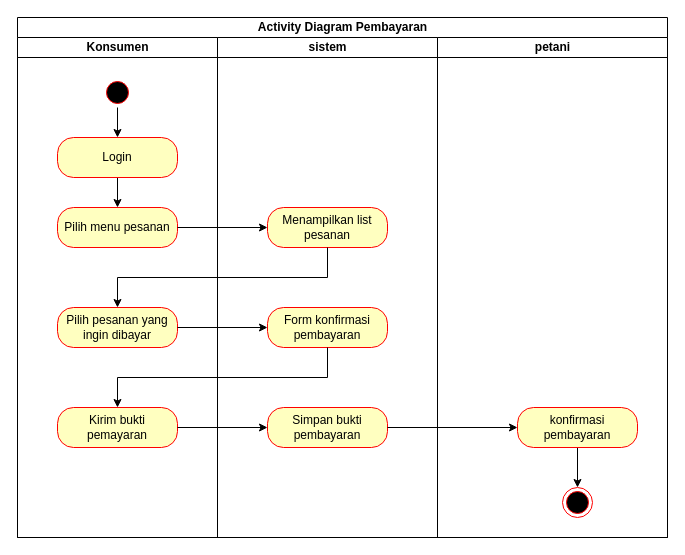
Before: Activitydiagram pembayaran.drawio in zzarr/Project3-design-diagram, a draw.io diagram. Source tidied: cells renumbered, new cells numbered last; positions are measured from the earlier drawing's top-left corner, leaving out a move shared by most shapes. Both pictures are drawn from the tidied source at 100%, with x=0, y=0 at pixel (17, 17).
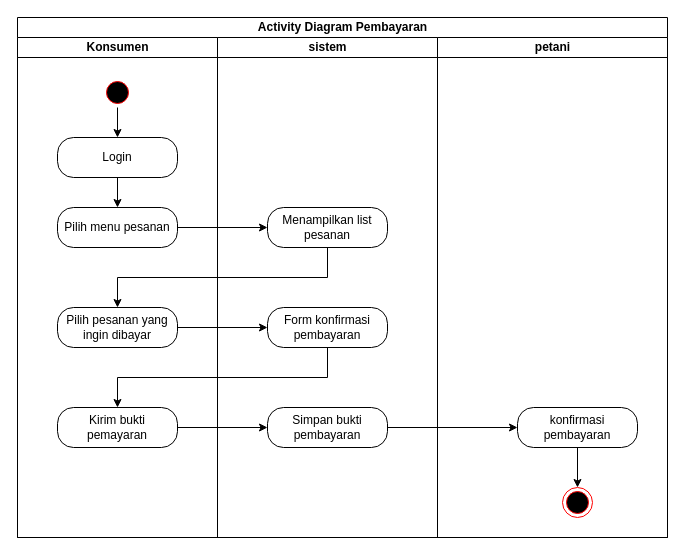
After the change.

Unchanged cells that the change refers to:
```xml
<mxCell id="3" value="Konsumen" style="swimlane;startSize=20;html=1;" parent="2" vertex="1">
  <mxGeometry y="20" width="200" height="500" as="geometry" />
</mxCell>
<mxCell id="11" value="sistem" style="swimlane;startSize=20;html=1;" parent="2" vertex="1">
  <mxGeometry x="200" y="20" width="220" height="500" as="geometry" />
</mxCell>
<mxCell id="15" value="petani" style="swimlane;startSize=20;html=1;" parent="2" vertex="1">
  <mxGeometry x="420" y="20" width="230" height="500" as="geometry" />
</mxCell>
```

Diff of the diagram source:
```diff
@@
-    <mxCell id="7" value="Login" style="rounded=1;whiteSpace=wrap;html=1;arcSize=40;fontColor=#000000;fillColor=#ffffc0;strokeColor=#ff0000;" parent="3" vertex="1">
+    <mxCell id="7" value="Login" style="rounded=1;whiteSpace=wrap;html=1;arcSize=40;" parent="3" vertex="1">
       <mxGeometry x="40" y="100" width="120" height="40" as="geometry" />
     </mxCell>
-    <mxCell id="8" value="Pilih menu pesanan" style="rounded=1;whiteSpace=wrap;html=1;arcSize=40;fontColor=#000000;fillColor=#ffffc0;strokeColor=#ff0000;" parent="3" vertex="1">
+    <mxCell id="8" value="Pilih menu pesanan" style="rounded=1;whiteSpace=wrap;html=1;arcSize=40;" parent="3" vertex="1">
       <mxGeometry x="40" y="170" width="120" height="40" as="geometry" />
     </mxCell>
-    <mxCell id="9" value="Pilih pesanan yang ingin dibayar" style="rounded=1;whiteSpace=wrap;html=1;arcSize=40;fontColor=#000000;fillColor=#ffffc0;strokeColor=#ff0000;" parent="3" vertex="1">
+    <mxCell id="9" value="Pilih pesanan yang ingin dibayar" style="rounded=1;whiteSpace=wrap;html=1;arcSize=40;" parent="3" vertex="1">
       <mxGeometry x="40" y="270" width="120" height="40" as="geometry" />
     </mxCell>
-    <mxCell id="10" value="Kirim bukti pemayaran" style="rounded=1;whiteSpace=wrap;html=1;arcSize=40;fontColor=#000000;fillColor=#ffffc0;strokeColor=#ff0000;" parent="3" vertex="1">
+    <mxCell id="10" value="Kirim bukti pemayaran" style="rounded=1;whiteSpace=wrap;html=1;arcSize=40;" parent="3" vertex="1">
       <mxGeometry x="40" y="370" width="120" height="40" as="geometry" />
     </mxCell>
@@
-    <mxCell id="12" value="Menampilkan list pesanan" style="rounded=1;whiteSpace=wrap;html=1;arcSize=40;fontColor=#000000;fillColor=#ffffc0;strokeColor=#ff0000;" parent="11" vertex="1">
+    <mxCell id="12" value="Menampilkan list pesanan" style="rounded=1;whiteSpace=wrap;html=1;arcSize=40;" parent="11" vertex="1">
       <mxGeometry x="50" y="170" width="120" height="40" as="geometry" />
     </mxCell>
-    <mxCell id="13" value="Form konfirmasi pembayaran" style="rounded=1;whiteSpace=wrap;html=1;arcSize=40;fontColor=#000000;fillColor=#ffffc0;strokeColor=#ff0000;" parent="11" vertex="1">
+    <mxCell id="13" value="Form konfirmasi pembayaran" style="rounded=1;whiteSpace=wrap;html=1;arcSize=40;" parent="11" vertex="1">
       <mxGeometry x="50" y="270" width="120" height="40" as="geometry" />
     </mxCell>
-    <mxCell id="14" value="Simpan bukti pembayaran" style="rounded=1;whiteSpace=wrap;html=1;arcSize=40;fontColor=#000000;fillColor=#ffffc0;strokeColor=#ff0000;" parent="11" vertex="1">
+    <mxCell id="14" value="Simpan bukti pembayaran" style="rounded=1;whiteSpace=wrap;html=1;arcSize=40;" parent="11" vertex="1">
       <mxGeometry x="50" y="370" width="120" height="40" as="geometry" />
     </mxCell>
@@
-    <mxCell id="17" value="konfirmasi pembayaran" style="rounded=1;whiteSpace=wrap;html=1;arcSize=40;fontColor=#000000;fillColor=#ffffc0;strokeColor=#ff0000;" parent="15" vertex="1">
+    <mxCell id="17" value="konfirmasi pembayaran" style="rounded=1;whiteSpace=wrap;html=1;arcSize=40;" parent="15" vertex="1">
       <mxGeometry x="80" y="370" width="120" height="40" as="geometry" />
     </mxCell>
```
